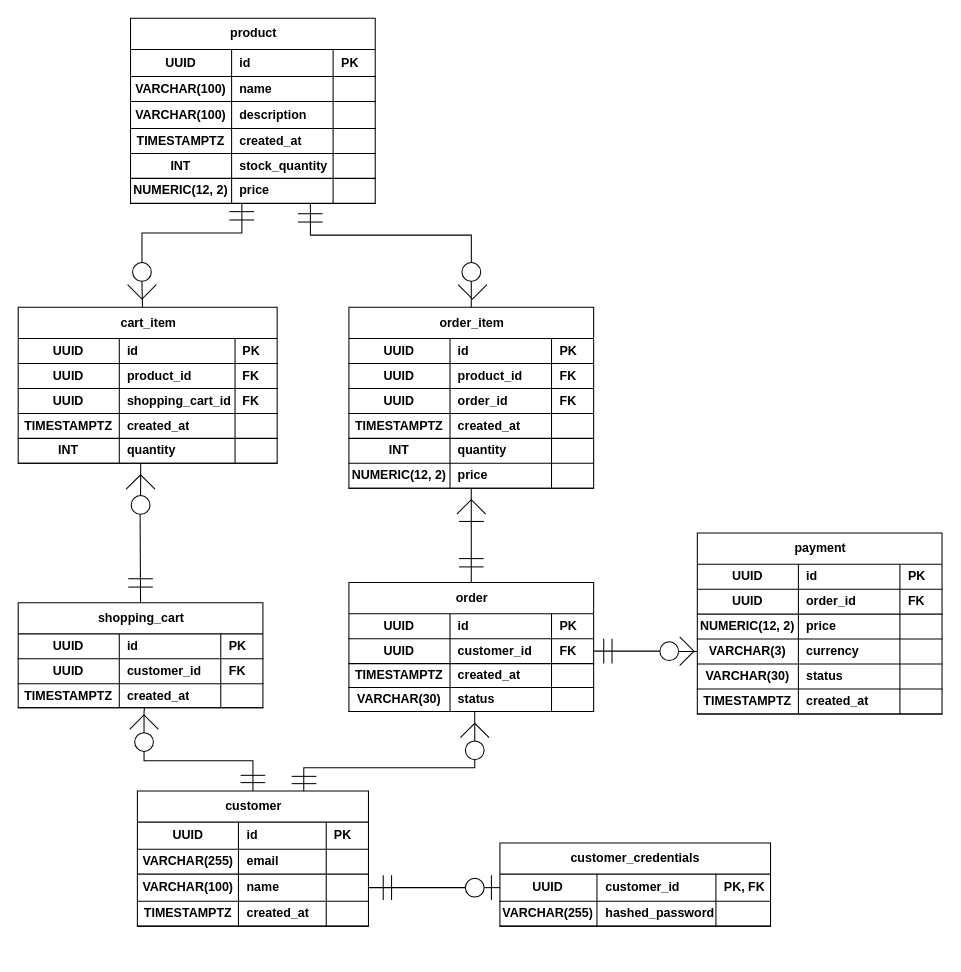
Before: docs/diagrams/ER-diagram.drawio in DavydCodari/OrderCore, a draw.io diagram. Source tidied: cells renumbered, new cells numbered last; positions are measured from the earlier drawing's top-left corner, leaving out a move shared by most shapes. Both pictures are drawn from the tidied source at 104%, with x=0, y=0 at pixel (18, 18).
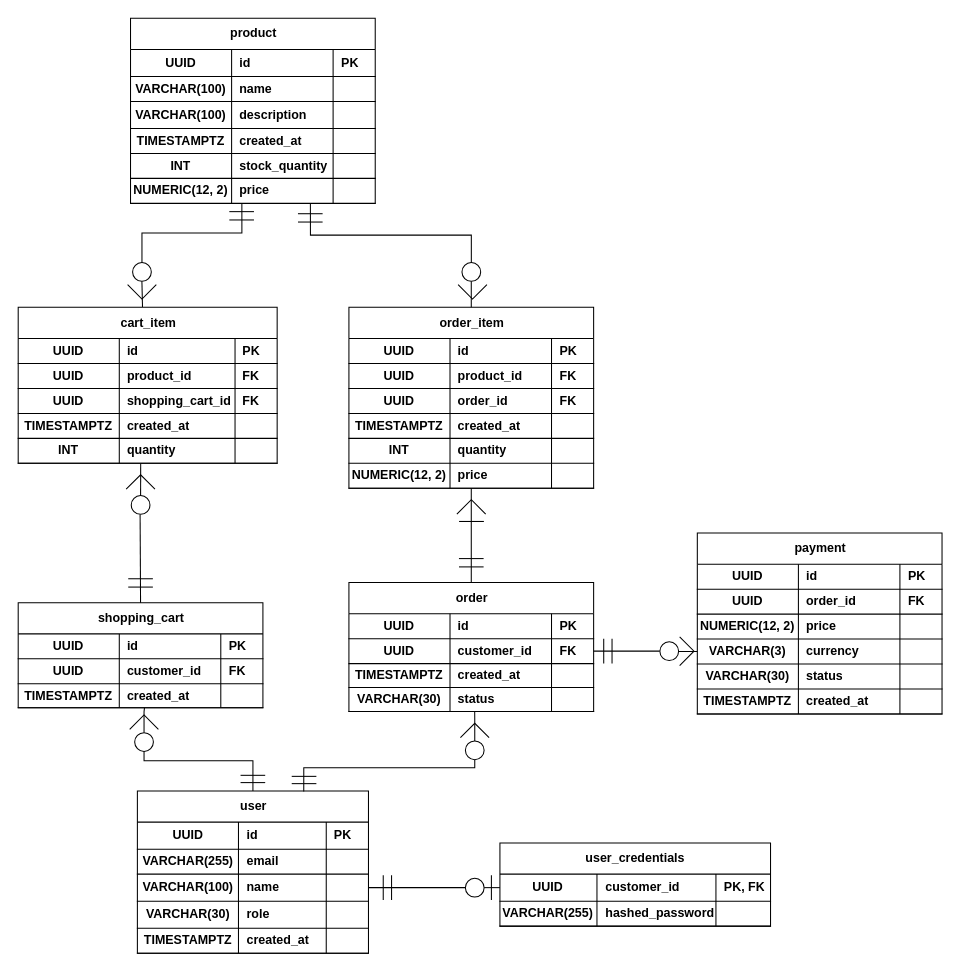
The same page after the edit.

Commit message (it also covers changes not shown here):
docs: finish creating the diagrams

What changed in the source:
```diff
@@
-    <mxCell id="2" value="customer" style="shape=table;startSize=30;childLayout=tableLayout;rowLines=0;fontStyle=1;align=center;fontColor=default;textShadow=0;html=1;verticalAlign=middle;strokeColor=default;" parent="1" vertex="1">
-      <mxGeometry x="114.6" y="743" width="222.2" height="130.1" as="geometry" />
+    <mxCell id="2" value="user" style="shape=table;startSize=30;childLayout=tableLayout;rowLines=0;fontStyle=1;align=center;fontColor=default;textShadow=0;html=1;verticalAlign=middle;strokeColor=default;" parent="1" vertex="1">
+      <mxGeometry x="114.6" y="743" width="222.2" height="156.1" as="geometry" />
     </mxCell>
@@
+    <mxCell id="203" style="shape=tableRow;horizontal=0;startSize=0;swimlaneHead=0;swimlaneBody=0;fillColor=none;top=0;left=0;right=0;bottom=1;" parent="2" vertex="1">
+      <mxGeometry y="106" width="222.2" height="26" as="geometry" />
+    </mxCell>
+    <mxCell id="204" value="VARCHAR(30)" style="shape=partialRectangle;fillColor=none;top=0;left=0;bottom=0;right=0;fontStyle=1;overflow=hidden;whiteSpace=wrap;html=1;" parent="203" vertex="1">
+      <mxGeometry width="97.2" height="26" as="geometry" />
+    </mxCell>
+    <mxCell id="205" value="role" style="shape=partialRectangle;fillColor=none;top=0;left=0;bottom=0;right=0;align=left;spacingLeft=6;fontStyle=1;overflow=hidden;whiteSpace=wrap;html=1;" parent="203" vertex="1">
+      <mxGeometry x="97.2" width="84.4" height="26" as="geometry" />
+    </mxCell>
+    <mxCell id="206" style="shape=partialRectangle;fillColor=none;top=0;left=0;bottom=0;right=0;align=left;spacingLeft=6;fontStyle=5;overflow=hidden;whiteSpace=wrap;html=1;" parent="203" vertex="1">
+      <mxGeometry x="181.6" width="40.6" height="26" as="geometry" />
+    </mxCell>
     <mxCell id="15" style="shape=tableRow;horizontal=0;startSize=0;swimlaneHead=0;swimlaneBody=0;fillColor=none;top=0;left=0;right=0;bottom=1;" parent="2" vertex="1">
-      <mxGeometry y="106" width="222.2" height="24" as="geometry" />
+      <mxGeometry y="132" width="222.2" height="24" as="geometry" />
     </mxCell>
@@
-    <mxCell id="19" value="customer_credentials" style="shape=table;startSize=30;childLayout=tableLayout;rowLines=0;fontStyle=1;align=center;fontColor=default;textShadow=0;html=1;verticalAlign=middle;" parent="1" vertex="1">
+    <mxCell id="19" value="user_credentials" style="shape=table;startSize=30;childLayout=tableLayout;rowLines=0;fontStyle=1;align=center;fontColor=default;textShadow=0;html=1;verticalAlign=middle;" parent="1" vertex="1">
       <mxGeometry x="463.2" y="793" width="260.2" height="80.1" as="geometry" />
     </mxCell>
```
